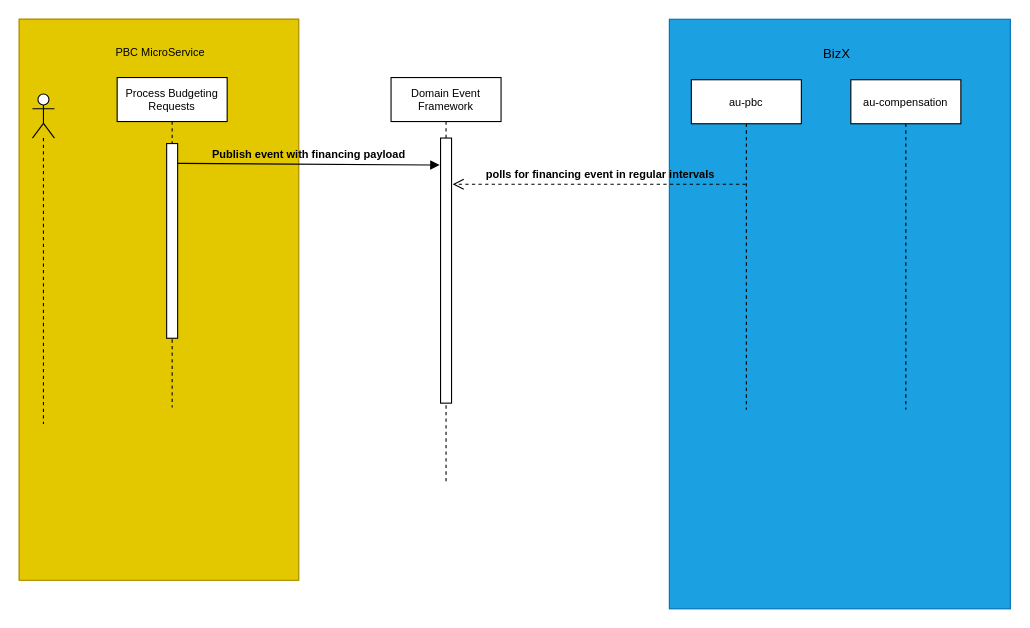
Above: Untitled Diagram.drawio in techie-khushdeep/data-structure-algorithm-problems (draw.io), before the change. Source tidied: cells renumbered, new cells numbered last; positions are measured from the earlier drawing's top-left corner, leaving out a move shared by most shapes. Both pictures are drawn from the tidied source at 110%, with x=0, y=0 at pixel (19, 19).
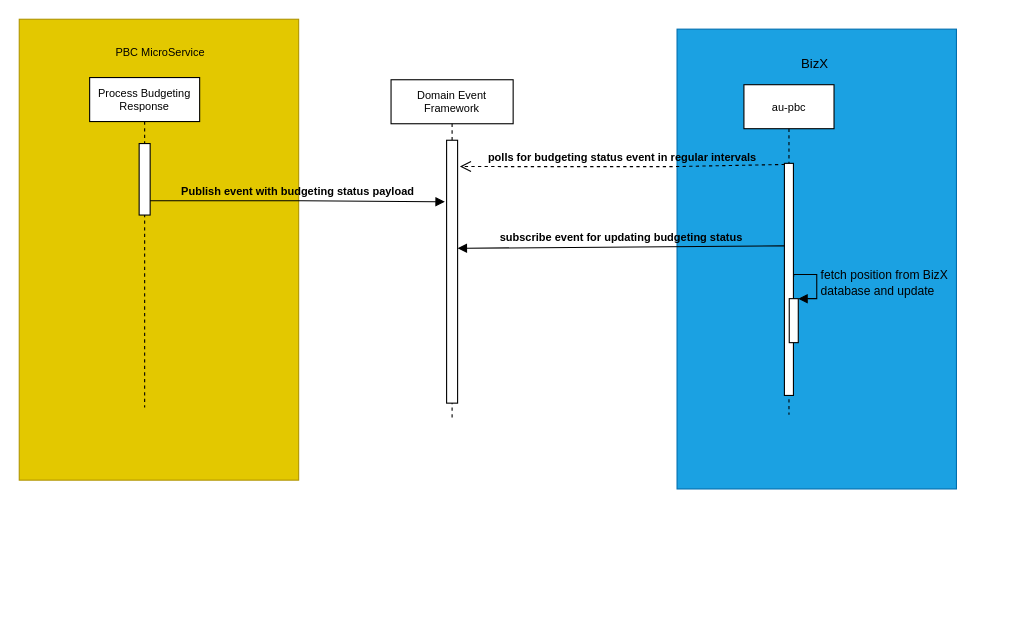
Above is the later version.

What changed in the source:
```diff
@@
-    <mxCell id="2" style="group;fillColor=#4F4FFF;fontColor=#000000;strokeColor=#BD7000;rounded=0;" parent="1" vertex="1">
-      <mxGeometry width="254" height="510" as="geometry" />
-    </mxCell>
-    <mxCell id="3" style="group;rounded=0;" parent="1" vertex="1">
-      <mxGeometry x="591" width="310" height="536" as="geometry" />
-    </mxCell>
-    <mxCell id="4" style="rounded=0;whiteSpace=wrap;html=1;fillColor=#1ba1e2;strokeColor=#006EAF;fontColor=#ffffff;" parent="3" vertex="1">
-      <mxGeometry width="310" height="536" as="geometry" />
-    </mxCell>
-    <mxCell id="5" value="au-pbc" style="shape=umlLifeline;perimeter=lifelinePerimeter;whiteSpace=wrap;html=1;outlineConnect=0;fontSize=10;strokeColor=default;fillColor=#FFFFFF;rounded=0;" parent="3" vertex="1">
-      <mxGeometry x="20" y="55" width="100" height="300" as="geometry" />
-    </mxCell>
-    <mxCell id="6" value="au-compensation" style="shape=umlLifeline;perimeter=lifelinePerimeter;whiteSpace=wrap;html=1;fontSize=10;strokeColor=default;fillColor=#FFFFFF;rounded=0;" parent="3" vertex="1">
-      <mxGeometry x="165" y="55" width="100" height="300" as="geometry" />
-    </mxCell>
-    <mxCell id="7" value="BizX" style="text;html=1;strokeColor=none;fillColor=none;align=center;verticalAlign=middle;whiteSpace=wrap;rounded=0;" parent="3" vertex="1">
-      <mxGeometry x="129.2" y="15" width="47" height="34" as="geometry" />
-    </mxCell>
     <mxCell id="8" style="rounded=0;whiteSpace=wrap;html=1;strokeColor=#B09500;fillColor=#e3c800;fontColor=#000000;" parent="1" vertex="1">
-      <mxGeometry width="254" height="510" as="geometry" />
+      <mxGeometry width="254" height="419" as="geometry" />
     </mxCell>
@@
-    <mxCell id="10" style="shape=umlLifeline;participant=umlActor;perimeter=lifelinePerimeter;whiteSpace=wrap;html=1;verticalAlign=top;spacingTop=36;fontSize=10;strokeColor=default;fillColor=#FFFFFF;rounded=0;" parent="1" vertex="1">
-      <mxGeometry x="12" y="68" width="20" height="300" as="geometry" />
-    </mxCell>
-    <mxCell id="11" value="Process Budgeting Requests" style="shape=umlLifeline;perimeter=lifelinePerimeter;whiteSpace=wrap;html=1;fontSize=10;strokeColor=default;fillColor=#FFFFFF;rounded=0;" parent="1" vertex="1">
-      <mxGeometry x="89" y="53" width="100" height="300" as="geometry" />
+    <mxCell id="11" value="Process Budgeting Response" style="shape=umlLifeline;perimeter=lifelinePerimeter;whiteSpace=wrap;html=1;fontSize=10;strokeColor=default;fillColor=#FFFFFF;rounded=0;" parent="1" vertex="1">
+      <mxGeometry x="64" y="53" width="100" height="300" as="geometry" />
     </mxCell>
     <mxCell id="12" style="html=1;perimeter=orthogonalPerimeter;fontSize=10;strokeColor=default;fillColor=#FFFFFF;rounded=0;" parent="11" vertex="1">
-      <mxGeometry x="45" y="60" width="10" height="177" as="geometry" />
+      <mxGeometry x="45" y="60" width="10" height="65" as="geometry" />
     </mxCell>
-    <mxCell id="13" value="Publish event with financing payload" style="verticalAlign=bottom;endArrow=block;rounded=0;fontSize=10;labelBackgroundColor=none;fontColor=default;fontStyle=1;html=1;entryX=-0.08;entryY=0.102;entryDx=0;entryDy=0;entryPerimeter=0;" parent="11" edge="1" target="16">
+    <mxCell id="13" value="Publish event with budgeting status payload" style="verticalAlign=bottom;endArrow=block;rounded=0;fontSize=10;labelBackgroundColor=none;fontColor=default;fontStyle=1;html=1;entryX=-0.16;entryY=0.234;entryDx=0;entryDy=0;entryPerimeter=0;" parent="11" edge="1" target="16">
       <mxGeometry relative="1" as="geometry">
-        <mxPoint x="55" y="78" as="sourcePoint" />
+        <mxPoint x="55" y="112" as="sourcePoint" />
         <Array as="points">
-          <mxPoint x="58" y="78" />
+          <mxPoint x="58" y="112" />
+          <mxPoint x="193" y="112" />
         </Array>
       </mxGeometry>
     </mxCell>
     <mxCell id="14" value="Domain Event Framework" style="shape=umlLifeline;perimeter=lifelinePerimeter;whiteSpace=wrap;html=1;fontSize=10;strokeColor=default;fillColor=#FFFFFF;rounded=0;" parent="1" vertex="1">
-      <mxGeometry x="338" y="53" width="100" height="370" as="geometry" />
+      <mxGeometry x="338" y="55" width="111" height="309" as="geometry" />
     </mxCell>
+    <mxCell id="16" style="html=1;points=[];perimeter=orthogonalPerimeter;fontSize=10;fontColor=default;strokeColor=default;fillColor=#FFFFFF;rounded=0;" parent="14" vertex="1">
+      <mxGeometry x="50.5" y="55" width="10" height="239" as="geometry" />
+    </mxCell>
+    <mxCell id="4" style="rounded=0;whiteSpace=wrap;html=1;fillColor=#1ba1e2;strokeColor=#006EAF;fontColor=#ffffff;" parent="1" vertex="1">
+      <mxGeometry x="598" y="9" width="254" height="418" as="geometry" />
+    </mxCell>
+    <mxCell id="5" value="au-pbc" style="shape=umlLifeline;perimeter=lifelinePerimeter;whiteSpace=wrap;html=1;outlineConnect=0;fontSize=10;strokeColor=default;fillColor=#FFFFFF;rounded=0;" parent="1" vertex="1">
+      <mxGeometry x="658.8" y="59.5" width="81.9" height="300" as="geometry" />
+    </mxCell>
+    <mxCell id="7" value="BizX" style="text;html=1;strokeColor=none;fillColor=none;align=center;verticalAlign=middle;whiteSpace=wrap;rounded=0;" parent="1" vertex="1">
+      <mxGeometry x="703.8" y="24" width="38.5" height="34" as="geometry" />
+    </mxCell>
+    <mxCell id="17" style="html=1;perimeter=orthogonalPerimeter;" parent="1" vertex="1">
+      <mxGeometry x="695.6" y="131" width="8.2" height="211" as="geometry" />
+    </mxCell>
+    <mxCell id="18" style="html=1;points=[];perimeter=orthogonalPerimeter;" parent="1" vertex="1">
+      <mxGeometry x="700" y="254" width="8.2" height="40" as="geometry" />
+    </mxCell>
+    <mxCell id="19" value="fetch position from BizX&lt;br&gt;database and update" style="edgeStyle=orthogonalEdgeStyle;html=1;align=left;spacingLeft=2;endArrow=block;rounded=0;entryX=1;entryY=0;labelBackgroundColor=none;" parent="1" edge="1" target="18">
+      <mxGeometry relative="1" as="geometry">
+        <mxPoint x="704" y="234" as="sourcePoint" />
+        <Array as="points">
+          <mxPoint x="704" y="232" />
+          <mxPoint x="725" y="232" />
+          <mxPoint x="725" y="254" />
+        </Array>
+      </mxGeometry>
+    </mxCell>
-    <mxCell id="15" value="polls for financing event in regular intervals" style="html=1;verticalAlign=bottom;endArrow=open;dashed=1;endSize=8;rounded=0;labelBackgroundColor=none;fontSize=10;fontColor=default;fontStyle=1;" parent="14" edge="1" source="5">
+    <mxCell id="15" value="polls for budgeting status event in regular intervals" style="html=1;verticalAlign=bottom;endArrow=open;dashed=1;endSize=8;rounded=0;labelBackgroundColor=none;fontSize=10;fontColor=default;fontStyle=1;entryX=1.21;entryY=0.1;entryDx=0;entryDy=0;entryPerimeter=0;" parent="1" edge="1" target="16">
       <mxGeometry relative="1" as="geometry">
-        <mxPoint x="56" y="97" as="targetPoint" />
+        <mxPoint x="696" y="132" as="sourcePoint" />
+        <Array as="points">
+          <mxPoint x="593" y="134" />
+          <mxPoint x="504" y="134" />
+        </Array>
       </mxGeometry>
     </mxCell>
-    <mxCell id="16" style="html=1;points=[];perimeter=orthogonalPerimeter;fontSize=10;fontColor=default;strokeColor=default;fillColor=#FFFFFF;rounded=0;" parent="14" vertex="1">
-      <mxGeometry x="45" y="55" width="10" height="241" as="geometry" />
-    </mxCell>
+    <mxCell id="20" value="&lt;font style=&quot;&quot;&gt;&lt;span style=&quot;font-size: 10px;&quot;&gt;&lt;b&gt;subscribe&amp;nbsp;event for updating budgeting status&lt;/b&gt;&lt;/span&gt;&lt;/font&gt;" style="html=1;verticalAlign=bottom;endArrow=block;rounded=0;entryX=1;entryY=0.411;entryDx=0;entryDy=0;entryPerimeter=0;labelBackgroundColor=none;" parent="1" edge="1" target="16">
+      <mxGeometry relative="1" as="geometry">
+        <mxPoint x="696" y="206" as="sourcePoint" />
+      </mxGeometry>
+    </mxCell>
```
